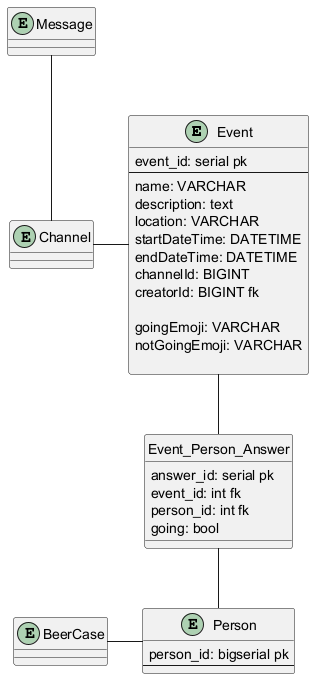
Above: ER-diagram.png in Official-Acki/fredagsbar-discord-bot (PlantUML), before the change.
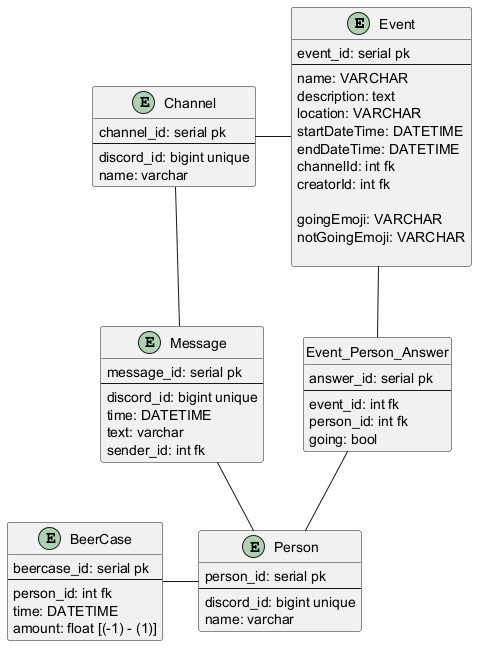
The same file after the commit.

What changed in the source:
```diff
@@ -8,8 +8,8 @@
     location: VARCHAR
     startDateTime: DATETIME
     endDateTime: DATETIME
-    channelId: BIGINT
-    creatorId: BIGINT fk
+    channelId: int fk
+    creatorId: int fk
 
     goingEmoji: VARCHAR
     notGoingEmoji: VARCHAR
@@ -18,6 +18,7 @@
 
 entity Event_Person_Answer {
     answer_id: serial pk
+    --
     event_id: int fk
     person_id: int fk
     going: bool
@@ -26,29 +27,44 @@
 
 
 entity Person {
-    person_id: bigserial pk
+    person_id: serial pk
     --
+    discord_id: bigint unique
+    name: varchar
 }
 
 Event -- Event_Person_Answer
 Event_Person_Answer -- Person
 
 entity BeerCase {
-
+    beercase_id: serial pk
+    --
+    person_id: int fk
+    time: DATETIME
+    amount: float [(-1) - (1)]
 }
 
 BeerCase - Person
 
 entity Channel {
-
+    channel_id: serial pk
+    --
+    discord_id: bigint unique
+    name: varchar
 }
 
 entity Message {
-
+    message_id: serial pk
+    --
+    discord_id: bigint unique
+    time: DATETIME
+    text: varchar
+    sender_id: int fk
 }
 
 Channel - Event
-Message -- Channel
+Channel -- Message
+Message -- Person
 
 
 @enduml
```
